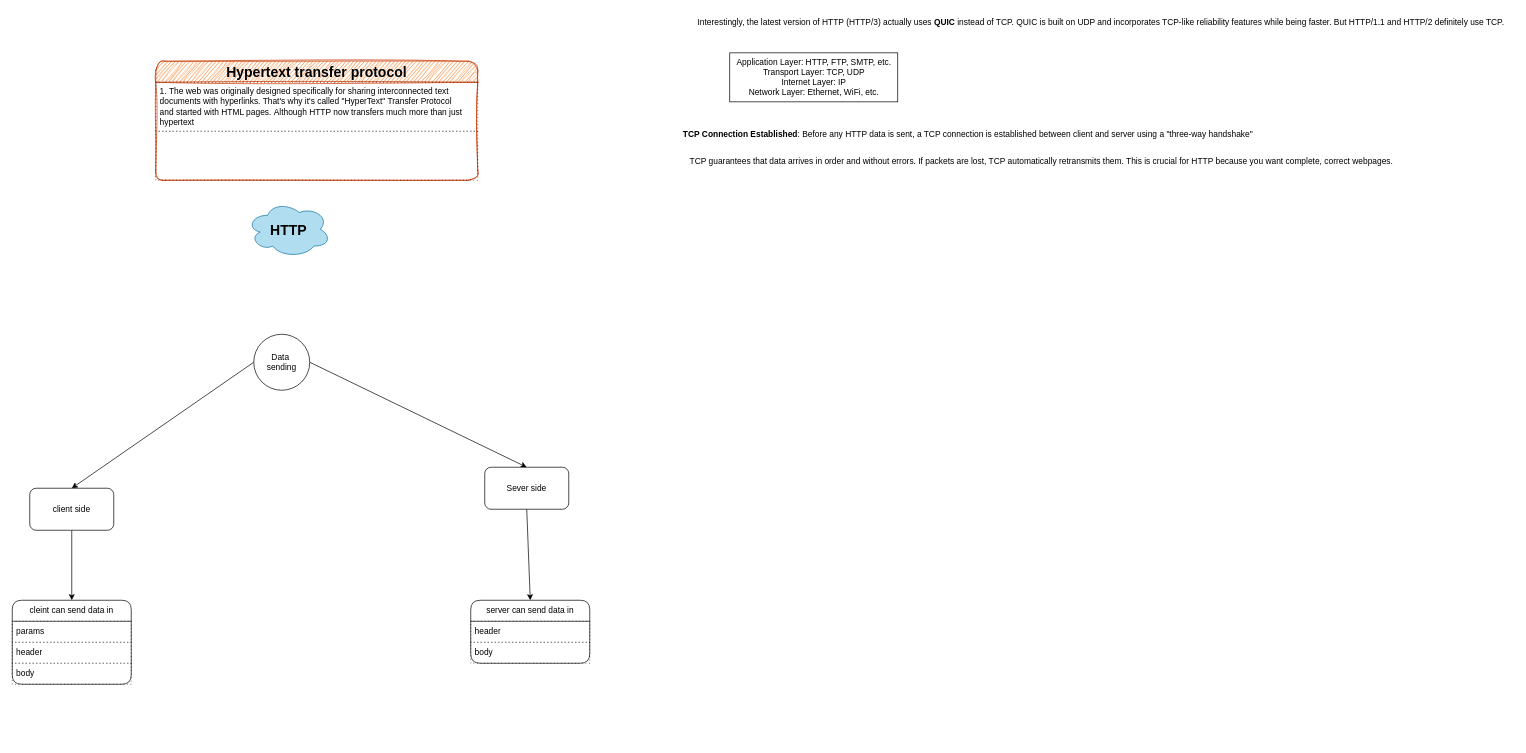
The draw.io diagram computer-networking/protocols/hypertext-transfer-protocol/http.dio in knkrn5/Programming-Concepts, before the edit. Source tidied: cells renumbered, new cells numbered last; positions are measured from the earlier drawing's top-left corner, leaving out a move shared by most shapes. Both pictures are drawn from the tidied source at 70%, with x=0, y=0 at pixel (12, 12).
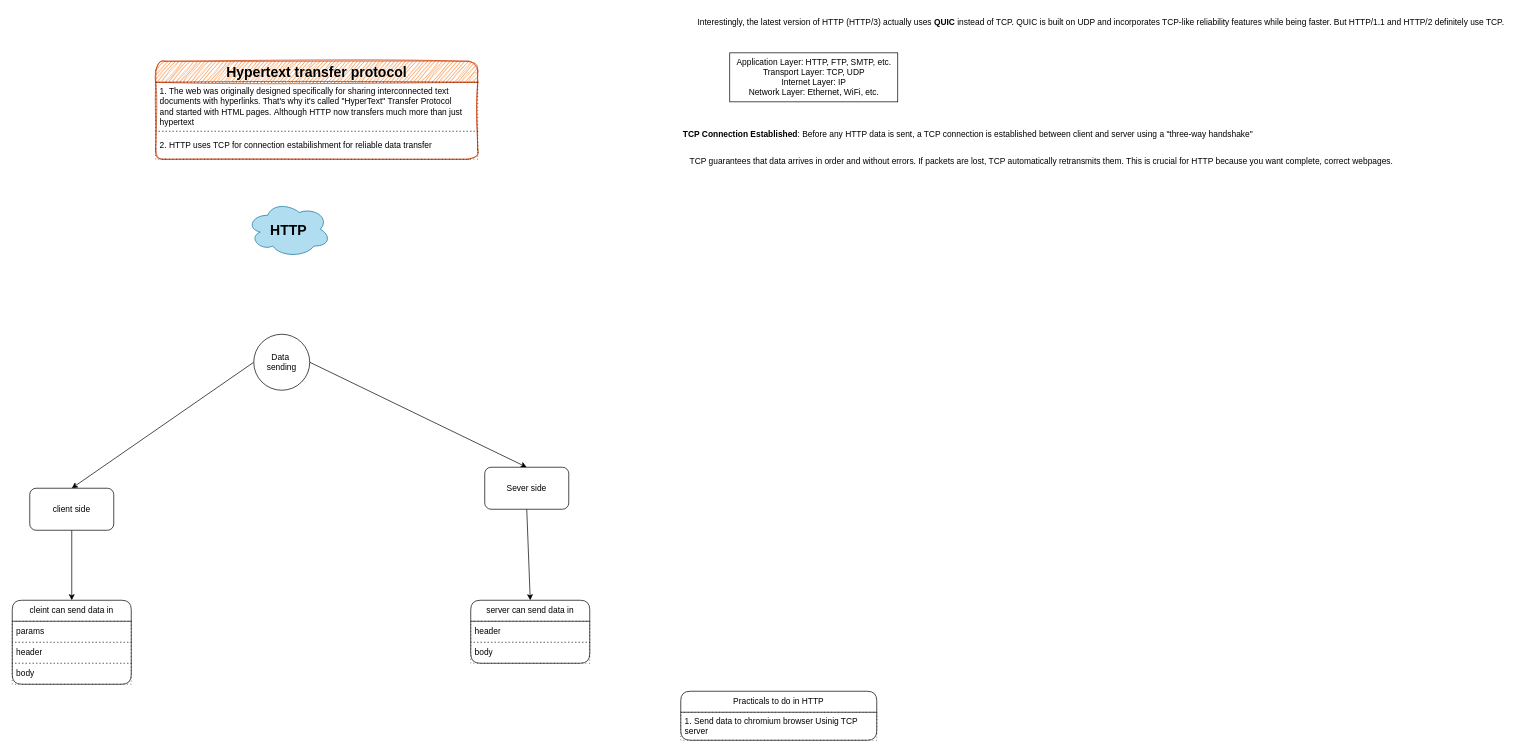
After the change.

What changed in the source:
```diff
@@
-<mxGraphModel>
+<mxGraphModel background="#ffffff">
@@
     <mxCell id="3" value="&lt;b&gt;&lt;font style=&quot;font-size: 20px;&quot;&gt;Hypertext transfer protocol&lt;/font&gt;&lt;/b&gt;" style="swimlane;fontStyle=0;horizontal=1;startSize=30;whiteSpace=wrap;html=1;rounded=1;fillColor=#fa6800;fontColor=#000000;strokeColor=#C73500;sketch=1;curveFitting=1;jiggle=2;" parent="1" vertex="1">
-      <mxGeometry x="205" y="70" width="460" height="170" as="geometry" />
+      <mxGeometry x="205" y="70" width="460" height="140" as="geometry" />
     </mxCell>
@@
-    <mxCell id="5" style="text;strokeColor=default;fillColor=none;align=left;verticalAlign=middle;spacingLeft=4;spacingRight=4;overflow=hidden;whiteSpace=wrap;html=1;dashed=1;dashPattern=1 4;" parent="3" vertex="1">
-      <mxGeometry y="100" width="460" height="70" as="geometry" />
+    <mxCell id="5" value="2. HTTP uses TCP for connection estabilishment for reliable data transfer" style="text;strokeColor=default;fillColor=none;align=left;verticalAlign=middle;spacingLeft=4;spacingRight=4;overflow=hidden;whiteSpace=wrap;html=1;dashed=1;dashPattern=1 4;" parent="3" vertex="1">
+      <mxGeometry y="100" width="460" height="40" as="geometry" />
     </mxCell>
@@
+    <mxCell id="24" value="Practicals to do in HTTP" style="swimlane;fontStyle=0;horizontal=1;startSize=30;whiteSpace=wrap;html=1;rounded=1;fillColor=light-dark(#FFFFFF,#CC0000);" parent="1" vertex="1">
+      <mxGeometry x="955" y="970" width="280" height="70" as="geometry" />
+    </mxCell>
+    <mxCell id="25" value="1. Send data to chromium browser Usinig TCP server" style="text;strokeColor=default;fillColor=none;align=left;verticalAlign=middle;spacingLeft=4;spacingRight=4;overflow=hidden;whiteSpace=wrap;html=1;dashed=1;dashPattern=1 4;" parent="24" vertex="1">
+      <mxGeometry y="30" width="280" height="40" as="geometry" />
+    </mxCell>
```
